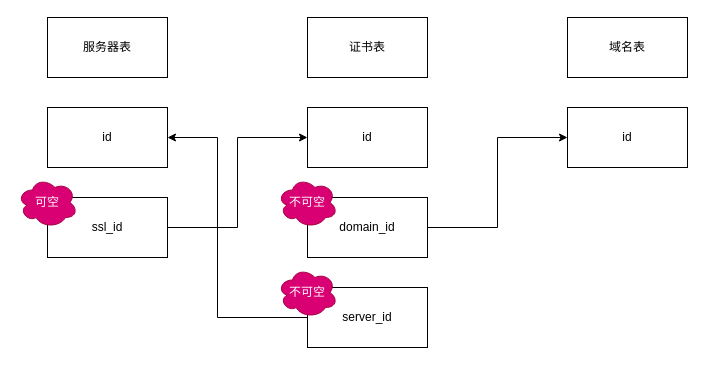
Earlier version of the draw.io diagram auto_ssl_push_svn表逻辑.drawio (buyfakett/auto_ssl_push_svn). Source tidied: cells renumbered, new cells numbered last; positions are measured from the earlier drawing's top-left corner, leaving out a move shared by most shapes. Both pictures are drawn from the tidied source at 100%, with x=0, y=0 at pixel (17, 17).
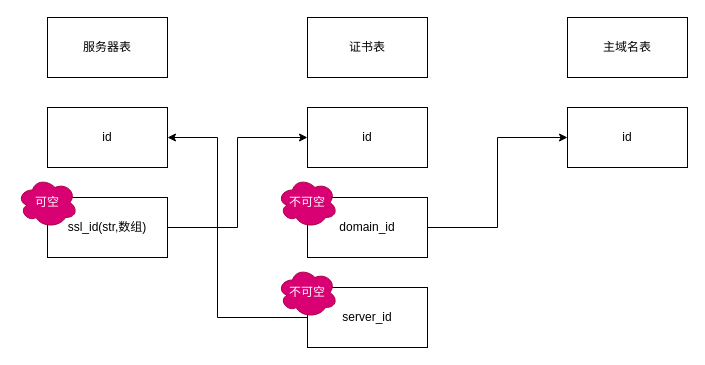
The same page after the edit.

The edit, as a diff of the source:
```diff
@@
 <mxGraphModel>
   <root>
     <mxCell id="0" />
     <mxCell id="1" parent="0" />
     <mxCell id="2" value="服务器表" style="rounded=0;whiteSpace=wrap;html=1;" parent="1" vertex="1">
       <mxGeometry x="30" width="120" height="60" as="geometry" />
     </mxCell>
     <mxCell id="3" value="证书表" style="rounded=0;whiteSpace=wrap;html=1;" parent="1" vertex="1">
       <mxGeometry x="290" width="120" height="60" as="geometry" />
     </mxCell>
-    <mxCell id="4" value="域名表" style="rounded=0;whiteSpace=wrap;html=1;" parent="1" vertex="1">
+    <mxCell id="4" value="主域名表" style="rounded=0;whiteSpace=wrap;html=1;" parent="1" vertex="1">
       <mxGeometry x="550" width="120" height="60" as="geometry" />
     </mxCell>
     <mxCell id="5" value="id" style="rounded=0;whiteSpace=wrap;html=1;" parent="1" vertex="1">
       <mxGeometry x="30" y="90" width="120" height="60" as="geometry" />
     </mxCell>
     <mxCell id="6" value="id" style="rounded=0;whiteSpace=wrap;html=1;" parent="1" vertex="1">
       <mxGeometry x="550" y="90" width="120" height="60" as="geometry" />
     </mxCell>
     <mxCell id="7" value="id" style="rounded=0;whiteSpace=wrap;html=1;" parent="1" vertex="1">
       <mxGeometry x="290" y="90" width="120" height="60" as="geometry" />
     </mxCell>
     <mxCell id="8" style="edgeStyle=orthogonalEdgeStyle;rounded=0;jettySize=auto;html=1;entryX=0;entryY=0.5;entryDx=0;entryDy=0;" parent="1" edge="1" source="9" target="7">
       <mxGeometry relative="1" as="geometry" />
     </mxCell>
-    <mxCell id="9" value="ssl_id" style="rounded=0;whiteSpace=wrap;html=1;" parent="1" vertex="1">
+    <mxCell id="9" value="ssl_id(str,数组)" style="rounded=0;whiteSpace=wrap;html=1;" parent="1" vertex="1">
       <mxGeometry x="30" y="180" width="120" height="60" as="geometry" />
     </mxCell>
     <mxCell id="10" style="edgeStyle=orthogonalEdgeStyle;rounded=0;jettySize=auto;html=1;exitX=1;exitY=0.5;exitDx=0;exitDy=0;entryX=0;entryY=0.5;entryDx=0;entryDy=0;" parent="1" edge="1" source="11" target="6">
       <mxGeometry relative="1" as="geometry" />
     </mxCell>
     <mxCell id="11" value="domain_id" style="rounded=0;whiteSpace=wrap;html=1;" parent="1" vertex="1">
       <mxGeometry x="290" y="180" width="120" height="60" as="geometry" />
     </mxCell>
     <mxCell id="12" style="edgeStyle=orthogonalEdgeStyle;rounded=0;jettySize=auto;html=1;entryX=1;entryY=0.5;entryDx=0;entryDy=0;" parent="1" edge="1" source="13" target="5">
       <mxGeometry relative="1" as="geometry">
         <Array as="points">
           <mxPoint x="200" y="300" />
           <mxPoint x="200" y="120" />
         </Array>
       </mxGeometry>
     </mxCell>
     <mxCell id="13" value="server_id" style="rounded=0;whiteSpace=wrap;html=1;" parent="1" vertex="1">
       <mxGeometry x="290" y="270" width="120" height="60" as="geometry" />
     </mxCell>
     <mxCell id="14" value="可空" style="ellipse;shape=cloud;whiteSpace=wrap;html=1;fillColor=#d80073;fontColor=#ffffff;strokeColor=#A50040;" parent="1" vertex="1">
       <mxGeometry y="160" width="60" height="50" as="geometry" />
     </mxCell>
     <mxCell id="15" value="不可空" style="ellipse;shape=cloud;whiteSpace=wrap;html=1;fillColor=#d80073;fontColor=#ffffff;strokeColor=#A50040;" parent="1" vertex="1">
       <mxGeometry x="260" y="250" width="60" height="50" as="geometry" />
     </mxCell>
     <mxCell id="16" value="不可空" style="ellipse;shape=cloud;whiteSpace=wrap;html=1;fillColor=#d80073;fontColor=#ffffff;strokeColor=#A50040;" parent="1" vertex="1">
       <mxGeometry x="260" y="160" width="60" height="50" as="geometry" />
     </mxCell>
   </root>
 </mxGraphModel>
```
